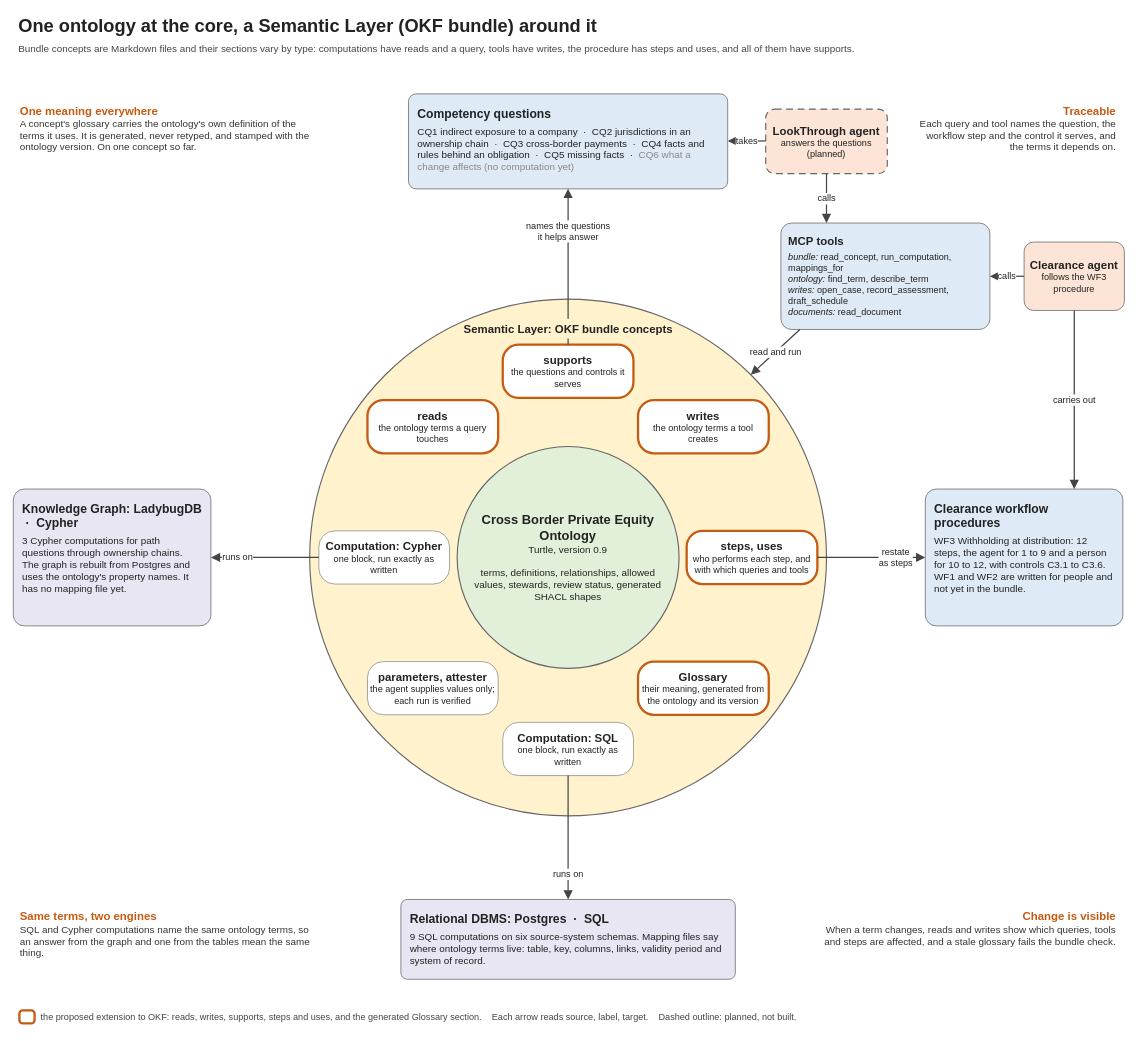
Earlier version of the draw.io diagram solution/okf-extension-overview.drawio (ssfd7/cross-border-pei). Source tidied: cells renumbered, new cells numbered last; positions are measured from the earlier drawing's top-left corner, leaving out a move shared by most shapes. Both pictures are drawn from the tidied source at 76%, with x=0, y=0 at pixel (13, 13).
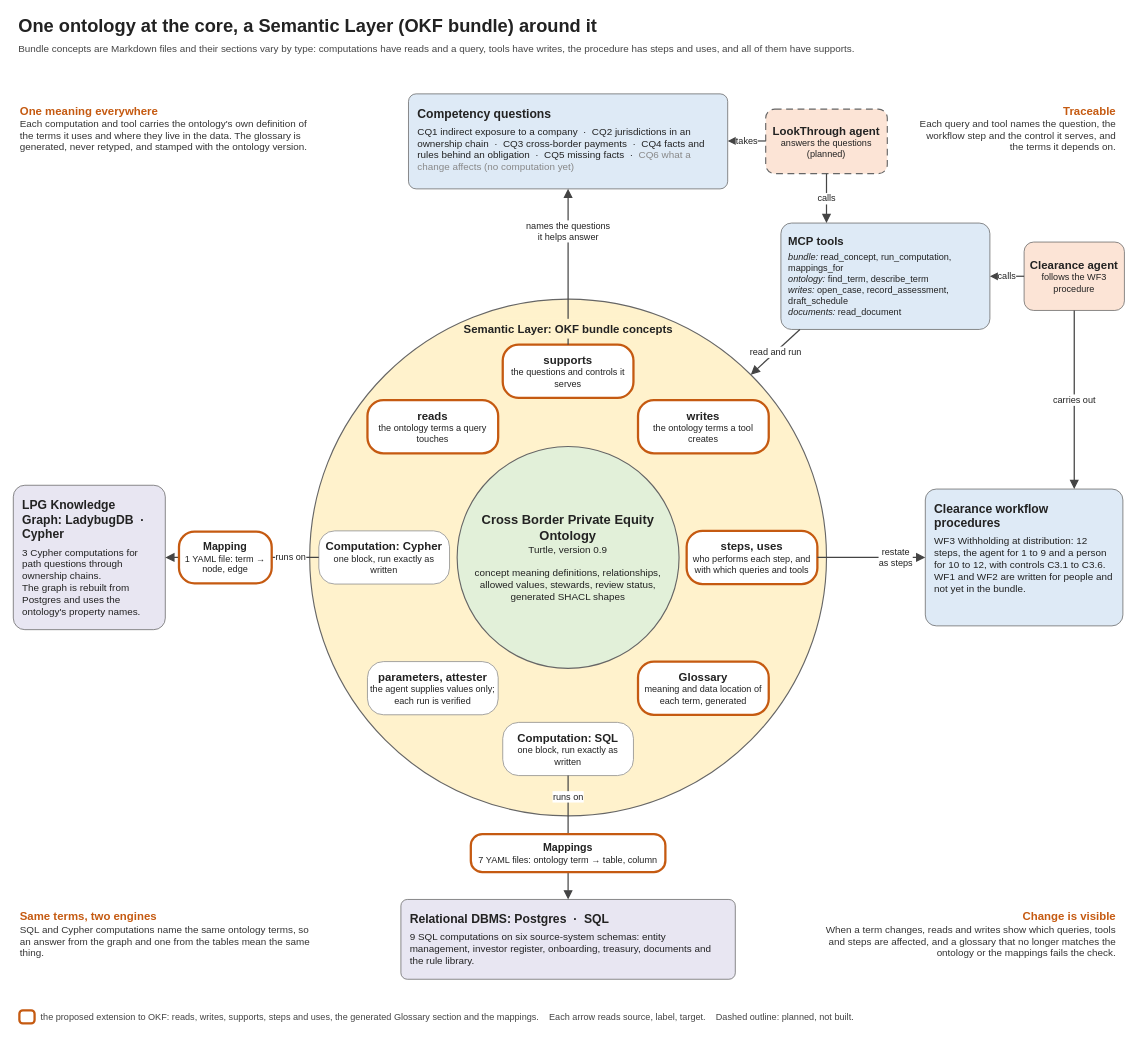
After the change.

The change refers to these unchanged cells:
```xml
<mxCell id="8" value="&lt;b style=&quot;font-size:15px&quot;&gt;Computation: SQL&lt;/b&gt;&lt;br&gt;one block, run exactly as written" style="rounded=1;arcSize=30;whiteSpace=wrap;html=1;align=center;verticalAlign=middle;spacing=4;fillColor=#FFFFFF;strokeColor=#888888;strokeWidth=1;fontSize=12;fontColor=#222222;" parent="1" vertex="1">
  <mxGeometry x="644" y="933" width="172" height="70" as="geometry" />
</mxCell>
<mxCell id="9" value="&lt;b style=&quot;font-size:15px&quot;&gt;Computation: Cypher&lt;/b&gt;&lt;br&gt;one block, run exactly as written" style="rounded=1;arcSize=30;whiteSpace=wrap;html=1;align=center;verticalAlign=middle;spacing=4;fillColor=#FFFFFF;strokeColor=#888888;strokeWidth=1;fontSize=12;fontColor=#222222;" parent="1" vertex="1">
  <mxGeometry x="402" y="681" width="172" height="70" as="geometry" />
</mxCell>
```

Diff of the diagram source:
```diff
@@
-    <mxCell id="5" value="&lt;b style=&quot;font-size:17px&quot;&gt;Cross Border Private Equity Ontology&lt;/b&gt;&lt;br&gt;Turtle, version 0.9&lt;br&gt;&lt;br&gt;terms, definitions, relationships, allowed values, stewards, review status, generated SHACL shapes" style="ellipse;whiteSpace=wrap;html=1;fillColor=#E2F0D9;strokeColor=#666666;strokeWidth=1.5;fontSize=13;fontColor=#222222;verticalAlign=middle;spacing=24;" parent="1" vertex="1">
+    <mxCell id="5" value="&lt;b style=&quot;font-size:17px&quot;&gt;Cross Border Private Equity Ontology&lt;/b&gt;&lt;br&gt;Turtle, version 0.9&lt;br&gt;&lt;br&gt;concept meaning definitions, relationships, allowed values, stewards, review status, generated SHACL shapes" style="ellipse;whiteSpace=wrap;html=1;fillColor=#E2F0D9;strokeColor=#666666;strokeWidth=1.5;fontSize=13;fontColor=#222222;verticalAlign=middle;spacing=24;" parent="1" vertex="1">
       <mxGeometry x="584" y="570" width="292" height="292" as="geometry" />
     </mxCell>
@@
-    <mxCell id="12" value="&lt;b style=&quot;font-size:15px&quot;&gt;Glossary&lt;/b&gt;&lt;br&gt;their meaning, generated from the ontology and its version" style="rounded=1;arcSize=30;whiteSpace=wrap;html=1;align=center;verticalAlign=middle;spacing=4;fillColor=#FFFFFF;strokeColor=#C55A11;strokeWidth=3;fontSize=12;fontColor=#222222;" parent="1" vertex="1">
+    <mxCell id="12" value="&lt;b style=&quot;font-size:15px&quot;&gt;Glossary&lt;/b&gt;&lt;br&gt;meaning and data location of each term, generated" style="rounded=1;arcSize=30;whiteSpace=wrap;html=1;align=center;verticalAlign=middle;spacing=4;fillColor=#FFFFFF;strokeColor=#C55A11;strokeWidth=3;fontSize=12;fontColor=#222222;" parent="1" vertex="1">
       <mxGeometry x="822" y="853" width="172" height="70" as="geometry" />
     </mxCell>
@@
-    <mxCell id="19" value="&lt;b style=&quot;font-size:16px&quot;&gt;Relational DBMS: Postgres &amp;nbsp;·&amp;nbsp; SQL&lt;/b&gt;&lt;div style=&quot;margin-top:6px&quot;&gt;9 SQL computations on six source-system schemas. Mapping files say where ontology terms live: table, key, columns, links, validity period and system of record.&lt;/div&gt;" style="rounded=1;arcSize=8;whiteSpace=wrap;html=1;align=left;verticalAlign=top;spacing=12;fillColor=#E8E6F2;strokeColor=#666666;strokeWidth=1;fontSize=13;fontColor=#222222;" parent="1" vertex="1">
+    <mxCell id="19" value="&lt;b style=&quot;font-size:16px&quot;&gt;Relational DBMS: Postgres &amp;nbsp;·&amp;nbsp; SQL&lt;/b&gt;&lt;div style=&quot;margin-top:6px&quot;&gt;9 SQL computations on six source-system schemas: entity management, investor register, onboarding, treasury, documents and the rule library.&lt;/div&gt;" style="rounded=1;arcSize=8;whiteSpace=wrap;html=1;align=left;verticalAlign=top;spacing=12;fillColor=#E8E6F2;strokeColor=#666666;strokeWidth=1;fontSize=13;fontColor=#222222;" parent="1" vertex="1">
       <mxGeometry x="510" y="1166" width="440" height="105" as="geometry" />
     </mxCell>
-    <mxCell id="20" value="&lt;b style=&quot;font-size:16px&quot;&gt;Knowledge Graph: LadybugDB &amp;nbsp;·&amp;nbsp; Cypher&lt;/b&gt;&lt;div style=&quot;margin-top:6px&quot;&gt;3 Cypher computations for path questions through ownership chains.&lt;br&gt;The graph is rebuilt from Postgres and uses the ontology's property names. It has no mapping file yet.&lt;/div&gt;" style="rounded=1;arcSize=8;whiteSpace=wrap;html=1;align=left;verticalAlign=top;spacing=12;fillColor=#E8E6F2;strokeColor=#666666;strokeWidth=1;fontSize=13;fontColor=#222222;" parent="1" vertex="1">
-      <mxGeometry y="626" width="260" height="180" as="geometry" />
+    <mxCell id="20" value="&lt;b style=&quot;font-size:16px&quot;&gt;LPG Knowledge Graph: LadybugDB &amp;nbsp;·&amp;nbsp; Cypher&lt;/b&gt;&lt;div style=&quot;margin-top:6px&quot;&gt;3 Cypher computations for path questions through ownership chains.&lt;br&gt;The graph is rebuilt from Postgres and uses the ontology's property names.&lt;/div&gt;" style="rounded=1;arcSize=8;whiteSpace=wrap;html=1;align=left;verticalAlign=top;spacing=12;fillColor=#E8E6F2;strokeColor=#666666;strokeWidth=1;fontSize=13;fontColor=#222222;" parent="1" vertex="1">
+      <mxGeometry y="621" width="200" height="190" as="geometry" />
     </mxCell>
@@
     <mxCell id="28" value="runs on" style="endArrow=block;endFill=1;endSize=8;html=1;rounded=0;strokeColor=#444444;strokeWidth=1.6;fontSize=12;fontColor=#222222;labelBackgroundColor=#FFFFFF;jumpStyle=arc;jumpSize=8;exitX=0.5000;exitY=1.0000;exitDx=0;exitDy=0;entryX=0.5000;entryY=0.0000;entryDx=0;entryDy=0;" parent="1" edge="1" source="8" target="19">
-      <mxGeometry x="0.6" relative="1" as="geometry" />
+      <mxGeometry x="-0.66" relative="1" as="geometry" />
     </mxCell>
     <mxCell id="29" value="runs on" style="endArrow=block;endFill=1;endSize=8;html=1;rounded=0;strokeColor=#444444;strokeWidth=1.6;fontSize=12;fontColor=#222222;labelBackgroundColor=#FFFFFF;jumpStyle=arc;jumpSize=8;exitX=0.0000;exitY=0.5000;exitDx=0;exitDy=0;entryX=1.0000;entryY=0.5000;entryDx=0;entryDy=0;" parent="1" edge="1" source="9" target="20">
-      <mxGeometry x="0.5" relative="1" as="geometry" />
+      <mxGeometry x="-0.63" relative="1" as="geometry" />
     </mxCell>
+    <mxCell id="36" value="&lt;b style=&quot;font-size:14px&quot;&gt;Mappings&lt;/b&gt;&lt;br&gt;7 YAML files: ontology term → table, column" style="rounded=1;arcSize=30;whiteSpace=wrap;html=1;align=center;verticalAlign=middle;spacing=3;fillColor=#FFFFFF;strokeColor=#C55A11;strokeWidth=3;fontSize=12;fontColor=#222222;" parent="1" vertex="1">
+      <mxGeometry x="602" y="1080" width="256" height="50" as="geometry" />
+    </mxCell>
+    <mxCell id="37" value="&lt;b style=&quot;font-size:14px&quot;&gt;Mapping&lt;/b&gt;&lt;br&gt;1 YAML file: term → node, edge" style="rounded=1;arcSize=30;whiteSpace=wrap;html=1;align=center;verticalAlign=middle;spacing=3;fillColor=#FFFFFF;strokeColor=#C55A11;strokeWidth=3;fontSize=12;fontColor=#222222;" parent="1" vertex="1">
+      <mxGeometry x="218" y="682" width="122" height="68" as="geometry" />
+    </mxCell>
@@
-    <mxCell id="31" value="&lt;b style=&quot;font-size:15px;color:#C55A11&quot;&gt;One meaning everywhere&lt;/b&gt;&lt;br&gt;A concept's glossary carries the ontology's own definition of the terms it uses. It is generated, never retyped, and stamped with the ontology version. On one concept so far." style="text;whiteSpace=wrap;html=1;align=left;verticalAlign=top;spacing=4;fillColor=none;strokeColor=none;fontSize=13;fontColor=#333333;" parent="1" vertex="1">
+    <mxCell id="31" value="&lt;b style=&quot;font-size:15px;color:#C55A11&quot;&gt;One meaning everywhere&lt;/b&gt;&lt;br&gt;Each computation and tool carries the ontology's own definition of the terms it uses and where they live in the data. The glossary is generated, never retyped, and stamped with the ontology version." style="text;whiteSpace=wrap;html=1;align=left;verticalAlign=top;spacing=4;fillColor=none;strokeColor=none;fontSize=13;fontColor=#333333;" parent="1" vertex="1">
       <mxGeometry x="5" y="111" width="400" height="110" as="geometry" />
     </mxCell>
@@
-    <mxCell id="34" value="&lt;b style=&quot;font-size:15px;color:#C55A11&quot;&gt;Change is visible&lt;/b&gt;&lt;br&gt;When a term changes, reads and writes show which queries, tools and steps are affected, and a stale glossary fails the bundle check." style="text;whiteSpace=wrap;html=1;align=right;verticalAlign=top;spacing=4;fillColor=none;strokeColor=none;fontSize=13;fontColor=#333333;" parent="1" vertex="1">
+    <mxCell id="34" value="&lt;b style=&quot;font-size:15px;color:#C55A11&quot;&gt;Change is visible&lt;/b&gt;&lt;br&gt;When a term changes, reads and writes show which queries, tools and steps are affected, and a glossary that no longer matches the ontology or the mappings fails the check." style="text;whiteSpace=wrap;html=1;align=right;verticalAlign=top;spacing=4;fillColor=none;strokeColor=none;fontSize=13;fontColor=#333333;" parent="1" vertex="1">
       <mxGeometry x="1055" y="1171" width="400" height="110" as="geometry" />
     </mxCell>
-    <mxCell id="35" value="&lt;span style=&quot;border:3px solid #C55A11;border-radius:6px&quot;&gt;&amp;nbsp;&amp;nbsp;&amp;nbsp;&amp;nbsp;&amp;nbsp;&lt;/span&gt; &amp;nbsp;the proposed extension to OKF: reads, writes, supports, steps and uses, and the generated Glossary section. &amp;nbsp;&amp;nbsp; Each arrow reads source, label, target. &amp;nbsp;&amp;nbsp; Dashed outline: planned, not built." style="text;html=1;align=left;verticalAlign=middle;fontSize=12;fontColor=#444444;strokeColor=none;fillColor=none;" parent="1" vertex="1">
+    <mxCell id="35" value="&lt;span style=&quot;border:3px solid #C55A11;border-radius:6px&quot;&gt;&amp;nbsp;&amp;nbsp;&amp;nbsp;&amp;nbsp;&amp;nbsp;&lt;/span&gt; &amp;nbsp;the proposed extension to OKF: reads, writes, supports, steps and uses, the generated Glossary section and the mappings. &amp;nbsp;&amp;nbsp; Each arrow reads source, label, target. &amp;nbsp;&amp;nbsp; Dashed outline: planned, not built." style="text;html=1;align=left;verticalAlign=middle;fontSize=12;fontColor=#444444;strokeColor=none;fillColor=none;" parent="1" vertex="1">
       <mxGeometry x="5" y="1306" width="1450" height="30" as="geometry" />
     </mxCell>
```
